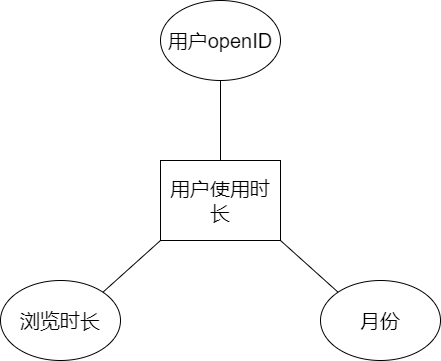
The draw.io diagram database-er/table.browse-all.drawio.png in Jater0/Graduation, before a commit. Source tidied: cells renumbered, new cells last; positions are measured from the earlier drawing's top-left corner, leaving out a move shared by most shapes.
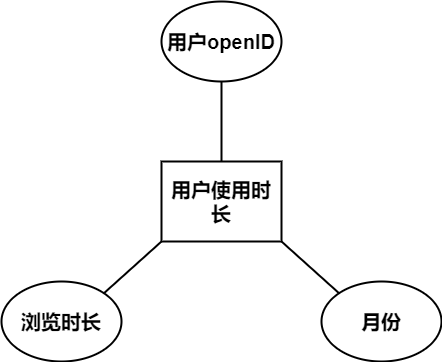
Later version of the same file.

What changed in the source:
```diff
@@ -2,25 +2,25 @@
   <root>
     <mxCell id="0" />
     <mxCell id="1" parent="0" />
-    <mxCell id="2" value="用户使用时长" style="rounded=0;whiteSpace=wrap;html=1;fontSize=20;" parent="1" vertex="1">
+    <mxCell id="2" value="用户使用时长" style="rounded=0;whiteSpace=wrap;html=1;fontSize=20;fontStyle=1;strokeWidth=2;" parent="1" vertex="1">
       <mxGeometry x="160" y="160" width="120" height="80" as="geometry" />
     </mxCell>
-    <mxCell id="3" value="用户openID" style="ellipse;whiteSpace=wrap;html=1;fontSize=20;" parent="1" vertex="1">
+    <mxCell id="3" value="用户openID" style="ellipse;whiteSpace=wrap;html=1;fontSize=20;fontStyle=1;strokeWidth=2;" parent="1" vertex="1">
       <mxGeometry x="160" width="120" height="80" as="geometry" />
     </mxCell>
-    <mxCell id="4" value="浏览时长" style="ellipse;whiteSpace=wrap;html=1;fontSize=20;" parent="1" vertex="1">
+    <mxCell id="4" value="浏览时长" style="ellipse;whiteSpace=wrap;html=1;fontSize=20;fontStyle=1;strokeWidth=2;" parent="1" vertex="1">
       <mxGeometry y="280" width="120" height="80" as="geometry" />
     </mxCell>
-    <mxCell id="5" style="endArrow=none;html=1;fontSize=20;entryX=0;entryY=1;entryDx=0;entryDy=0;exitX=1;exitY=0;exitDx=0;exitDy=0;" parent="1" edge="1" source="4" target="2">
+    <mxCell id="5" style="endArrow=none;html=1;fontSize=20;entryX=0;entryY=1;entryDx=0;entryDy=0;exitX=1;exitY=0;exitDx=0;exitDy=0;fontStyle=1;strokeWidth=2;" parent="1" edge="1" source="4" target="2">
       <mxGeometry relative="1" as="geometry" />
     </mxCell>
-    <mxCell id="6" style="endArrow=none;html=1;fontSize=20;entryX=0.5;entryY=1;entryDx=0;entryDy=0;exitX=0.5;exitY=0;exitDx=0;exitDy=0;" parent="1" edge="1" source="2" target="3">
+    <mxCell id="6" style="endArrow=none;html=1;fontSize=20;entryX=0.5;entryY=1;entryDx=0;entryDy=0;exitX=0.5;exitY=0;exitDx=0;exitDy=0;fontStyle=1;strokeWidth=2;" parent="1" edge="1" source="2" target="3">
       <mxGeometry relative="1" as="geometry" />
     </mxCell>
-    <mxCell id="7" value="月份" style="ellipse;whiteSpace=wrap;html=1;fontSize=20;" parent="1" vertex="1">
+    <mxCell id="7" value="月份" style="ellipse;whiteSpace=wrap;html=1;fontSize=20;fontStyle=1;strokeWidth=2;" parent="1" vertex="1">
       <mxGeometry x="320" y="280" width="120" height="80" as="geometry" />
     </mxCell>
-    <mxCell id="8" style="endArrow=none;html=1;fontSize=20;entryX=0;entryY=0;entryDx=0;entryDy=0;exitX=1;exitY=1;exitDx=0;exitDy=0;" parent="1" edge="1" source="2" target="7">
+    <mxCell id="8" style="endArrow=none;html=1;fontSize=20;entryX=0;entryY=0;entryDx=0;entryDy=0;exitX=1;exitY=1;exitDx=0;exitDy=0;fontStyle=1;strokeWidth=2;" parent="1" edge="1" source="2" target="7">
       <mxGeometry relative="1" as="geometry" />
     </mxCell>
   </root>
```
